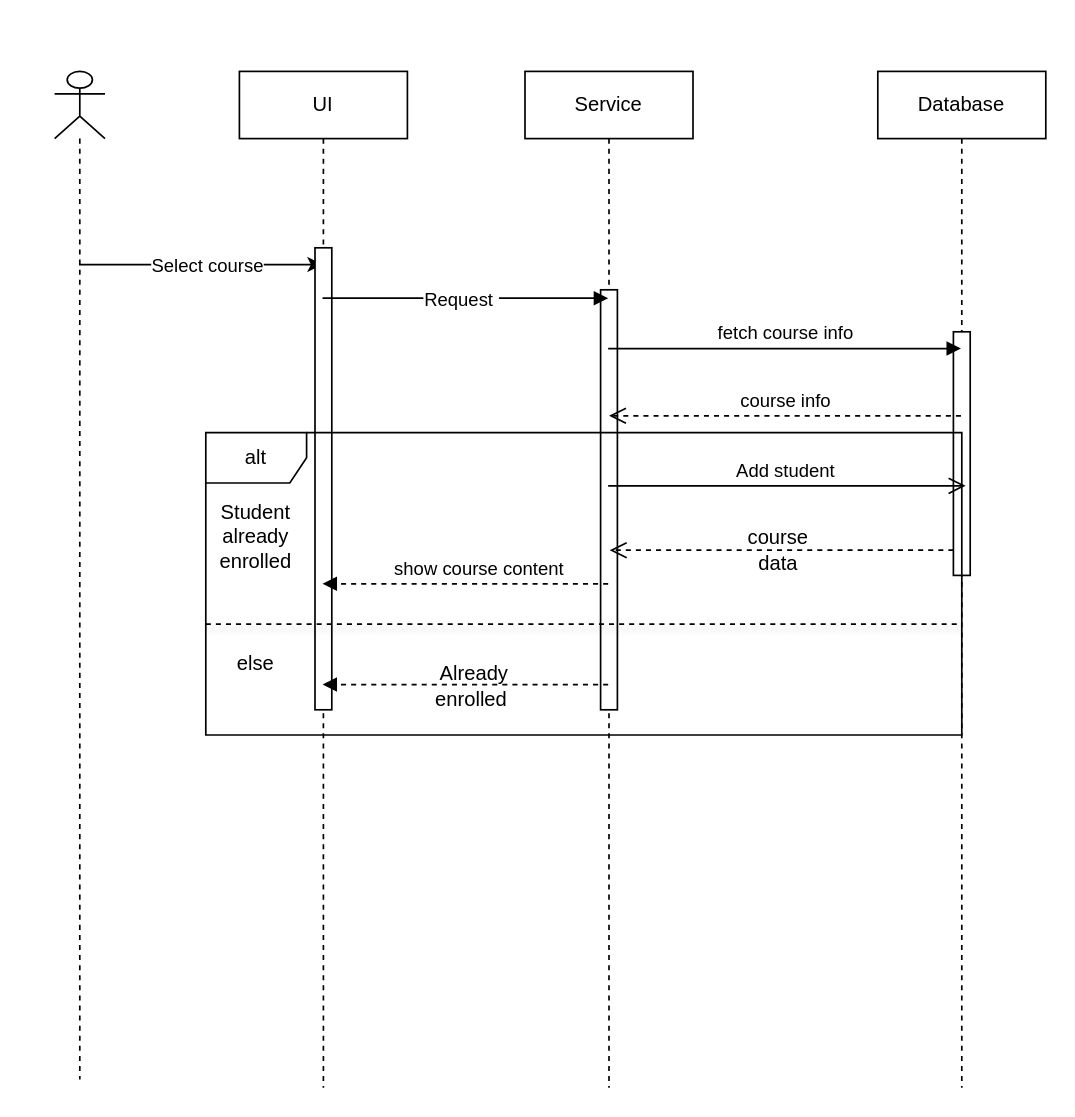
This is Sequence_Diagram.drawio from Hassanmo-20/SkillForge-UML-Design, a draw.io file, before an edit. Source tidied: cells renumbered, new cells numbered last; positions are measured from the earlier drawing's top-left corner, leaving out a move shared by most shapes. Both pictures are drawn from the tidied source at 168%, with x=0, y=0 at pixel (54, 71).
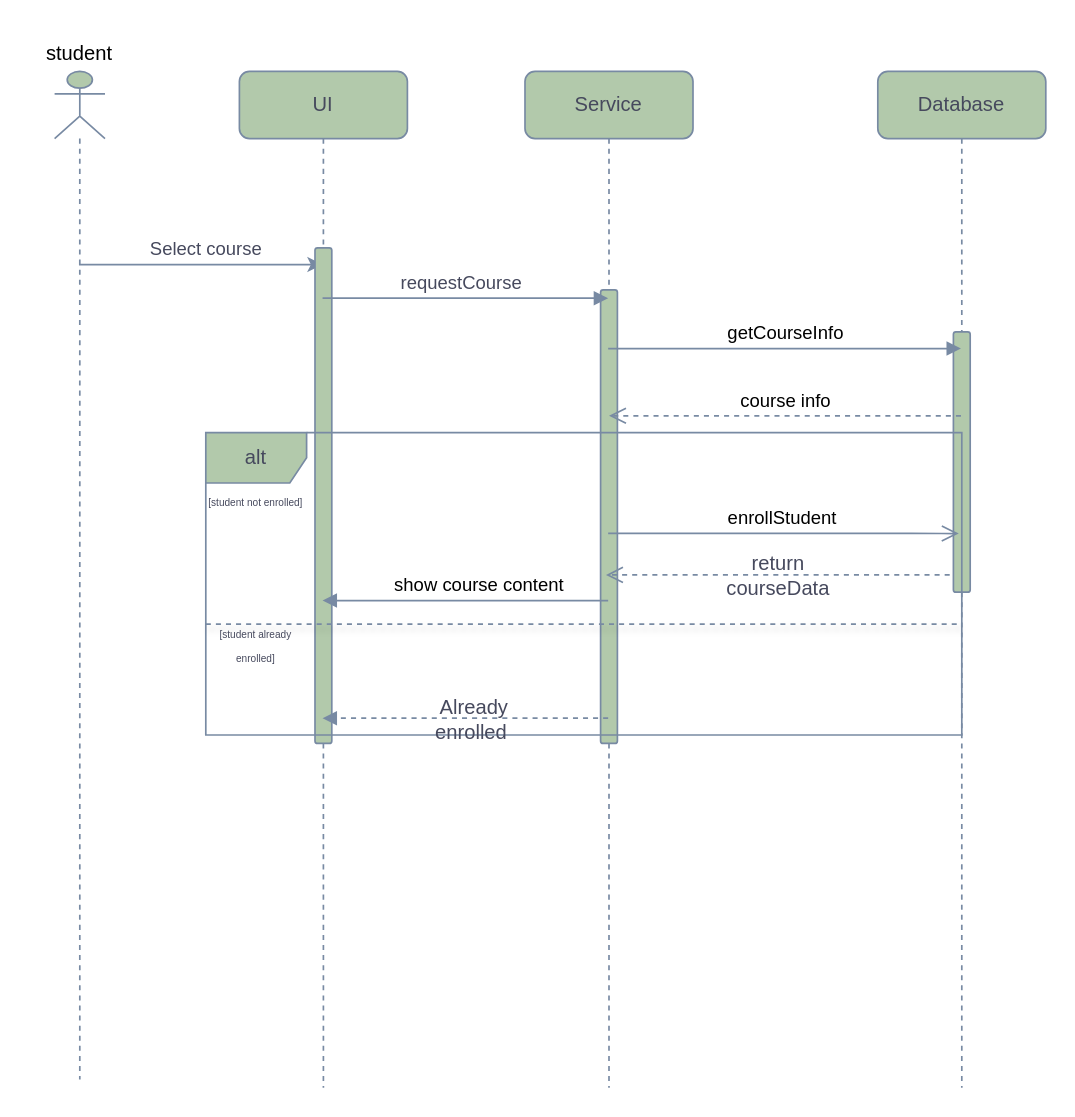
After the change.

Diff of the diagram source:
```diff
@@
-<mxGraphModel>
+<mxGraphModel background="light-dark(#FFFFFF,#000000)">
@@
-    <mxCell id="2" style="shape=umlLifeline;perimeter=lifelinePerimeter;whiteSpace=wrap;html=1;outlineConnect=0;portConstraint=eastwest;newEdgeStyle={&quot;curved&quot;:0,&quot;rounded&quot;:0};participant=umlActor;" parent="1" vertex="1">
+    <mxCell id="2" style="shape=umlLifeline;perimeter=lifelinePerimeter;whiteSpace=wrap;html=1;outlineConnect=0;portConstraint=eastwest;newEdgeStyle={&quot;curved&quot;:0,&quot;rounded&quot;:0};participant=umlActor;labelBackgroundColor=none;fillColor=#B2C9AB;strokeColor=#788AA3;fontColor=#46495D;rounded=1;" parent="1" vertex="1">
       <mxGeometry width="30" height="600" as="geometry" />
     </mxCell>
-    <mxCell id="3" style="edgeStyle=orthogonalEdgeStyle;rounded=0;jettySize=auto;html=1;curved=0;" parent="1" edge="1" source="2" target="5">
+    <mxCell id="3" style="edgeStyle=orthogonalEdgeStyle;rounded=1;jettySize=auto;html=1;curved=0;labelBackgroundColor=none;strokeColor=#788AA3;fontColor=default;" parent="1" edge="1" source="2" target="5">
       <mxGeometry relative="1" as="geometry">
         <Array as="points">
           <mxPoint x="40" y="115" />
           <mxPoint x="40" y="115" />
         </Array>
       </mxGeometry>
     </mxCell>
-    <mxCell id="4" value="Select course" style="edgeLabel;html=1;align=center;verticalAlign=middle;" parent="3" vertex="1">
-      <mxGeometry x="0.05" relative="1" as="geometry" />
+    <mxCell id="4" value="Select course" style="edgeLabel;html=1;align=center;verticalAlign=middle;labelBackgroundColor=none;fontColor=#46495D;rounded=1;" parent="3" vertex="1">
+      <mxGeometry x="0.05" relative="1" as="geometry">
+        <mxPoint x="-1" y="-10" as="offset" />
+      </mxGeometry>
     </mxCell>
-    <mxCell id="5" value="UI" style="shape=umlLifeline;perimeter=lifelinePerimeter;whiteSpace=wrap;html=1;outlineConnect=0;portConstraint=eastwest;newEdgeStyle={&quot;curved&quot;:0,&quot;rounded&quot;:0};" parent="1" vertex="1">
+    <mxCell id="5" value="UI" style="shape=umlLifeline;perimeter=lifelinePerimeter;whiteSpace=wrap;html=1;outlineConnect=0;portConstraint=eastwest;newEdgeStyle={&quot;curved&quot;:0,&quot;rounded&quot;:0};labelBackgroundColor=none;fillColor=#B2C9AB;strokeColor=#788AA3;fontColor=#46495D;rounded=1;" parent="1" vertex="1">
       <mxGeometry x="110" width="100" height="605" as="geometry" />
     </mxCell>
-    <mxCell id="6" style="html=1;perimeter=orthogonalPerimeter;targetShapes=umlLifeline;newEdgeStyle={&quot;curved&quot;:0,&quot;rounded&quot;:0};" parent="5" vertex="1">
-      <mxGeometry x="45" y="105" width="10" height="275" as="geometry" />
+    <mxCell id="6" style="html=1;perimeter=orthogonalPerimeter;targetShapes=umlLifeline;newEdgeStyle={&quot;curved&quot;:0,&quot;rounded&quot;:0};labelBackgroundColor=none;fillColor=#B2C9AB;strokeColor=#788AA3;fontColor=#46495D;rounded=1;" parent="5" vertex="1">
+      <mxGeometry x="45" y="105" width="10" height="295" as="geometry" />
     </mxCell>
-    <mxCell id="7" value="Service" style="shape=umlLifeline;perimeter=lifelinePerimeter;whiteSpace=wrap;html=1;outlineConnect=0;portConstraint=eastwest;newEdgeStyle={&quot;curved&quot;:0,&quot;rounded&quot;:0};" parent="1" vertex="1">
+    <mxCell id="7" value="Service" style="shape=umlLifeline;perimeter=lifelinePerimeter;whiteSpace=wrap;html=1;outlineConnect=0;portConstraint=eastwest;newEdgeStyle={&quot;curved&quot;:0,&quot;rounded&quot;:0};labelBackgroundColor=none;fillColor=#B2C9AB;strokeColor=#788AA3;fontColor=#46495D;rounded=1;" parent="1" vertex="1">
       <mxGeometry x="280" width="100" height="605" as="geometry" />
     </mxCell>
-    <mxCell id="8" style="html=1;perimeter=orthogonalPerimeter;targetShapes=umlLifeline;newEdgeStyle={&quot;curved&quot;:0,&quot;rounded&quot;:0};" parent="7" vertex="1">
-      <mxGeometry x="45" y="130" width="10" height="250" as="geometry" />
+    <mxCell id="8" style="html=1;perimeter=orthogonalPerimeter;targetShapes=umlLifeline;newEdgeStyle={&quot;curved&quot;:0,&quot;rounded&quot;:0};labelBackgroundColor=none;fillColor=#B2C9AB;strokeColor=#788AA3;fontColor=#46495D;rounded=1;" parent="7" vertex="1">
+      <mxGeometry x="45" y="130" width="10" height="270" as="geometry" />
     </mxCell>
-    <mxCell id="9" value="Database" style="shape=umlLifeline;perimeter=lifelinePerimeter;whiteSpace=wrap;html=1;outlineConnect=0;portConstraint=eastwest;newEdgeStyle={&quot;curved&quot;:0,&quot;rounded&quot;:0};" parent="1" vertex="1">
+    <mxCell id="9" value="Database" style="shape=umlLifeline;perimeter=lifelinePerimeter;whiteSpace=wrap;html=1;outlineConnect=0;portConstraint=eastwest;newEdgeStyle={&quot;curved&quot;:0,&quot;rounded&quot;:0};labelBackgroundColor=none;fillColor=#B2C9AB;strokeColor=#788AA3;fontColor=#46495D;rounded=1;" parent="1" vertex="1">
       <mxGeometry x="490" width="100" height="605" as="geometry" />
     </mxCell>
-    <mxCell id="10" style="html=1;points=[[0,0,0,0,5],[0,1,0,0,-5],[1,0,0,0,5],[1,1,0,0,-5]];perimeter=orthogonalPerimeter;outlineConnect=0;targetShapes=umlLifeline;portConstraint=eastwest;newEdgeStyle={&quot;curved&quot;:0,&quot;rounded&quot;:0};" parent="9" vertex="1">
-      <mxGeometry x="45" y="155" width="10" height="145" as="geometry" />
+    <mxCell id="10" style="html=1;points=[[0,0,0,0,5],[0,1,0,0,-5],[1,0,0,0,5],[1,1,0,0,-5]];perimeter=orthogonalPerimeter;outlineConnect=0;targetShapes=umlLifeline;portConstraint=eastwest;newEdgeStyle={&quot;curved&quot;:0,&quot;rounded&quot;:0};labelBackgroundColor=none;fillColor=#B2C9AB;strokeColor=#788AA3;fontColor=#46495D;rounded=1;" parent="9" vertex="1">
+      <mxGeometry x="45" y="155" width="10" height="155" as="geometry" />
     </mxCell>
-    <mxCell id="11" style="html=1;verticalAlign=bottom;endArrow=block;curved=0;rounded=0;" parent="1" edge="1" source="5" target="7">
+    <mxCell id="11" style="html=1;verticalAlign=bottom;endArrow=block;curved=0;rounded=1;labelBackgroundColor=none;strokeColor=#788AA3;fontColor=default;" parent="1" edge="1" source="5" target="7">
       <mxGeometry relative="1" as="geometry">
         <Array as="points">
           <mxPoint x="220" y="135" />
         </Array>
       </mxGeometry>
     </mxCell>
-    <mxCell id="12" value="Request&amp;nbsp;" style="edgeLabel;html=1;align=center;verticalAlign=middle;" parent="11" vertex="1">
+    <mxCell id="12" value="requestCourse" style="edgeLabel;html=1;align=center;verticalAlign=middle;labelBackgroundColor=none;fontColor=#46495D;rounded=1;" parent="11" vertex="1">
       <mxGeometry x="0.16" y="-4" relative="1" as="geometry">
-        <mxPoint x="-17" y="-4" as="offset" />
+        <mxPoint x="-17" y="-14" as="offset" />
       </mxGeometry>
     </mxCell>
-    <mxCell id="13" value="fetch course info" style="html=1;verticalAlign=bottom;endArrow=block;curved=0;rounded=0;" parent="1" edge="1" source="7" target="9">
+    <mxCell id="13" value="getCourseInfo" style="html=1;verticalAlign=bottom;endArrow=block;curved=0;rounded=1;labelBackgroundColor=none;strokeColor=#788AA3;fontColor=default;" parent="1" edge="1" source="7" target="9">
       <mxGeometry relative="1" as="geometry">
         <Array as="points">
           <mxPoint x="440" y="165" />
         </Array>
       </mxGeometry>
     </mxCell>
-    <mxCell id="14" value="course info" style="html=1;verticalAlign=bottom;endArrow=open;dashed=1;endSize=8;curved=0;rounded=0;" parent="1" edge="1" source="9">
+    <mxCell id="14" value="course info" style="html=1;verticalAlign=bottom;endArrow=open;dashed=1;endSize=8;curved=0;rounded=1;labelBackgroundColor=none;strokeColor=#788AA3;fontColor=default;" parent="1" edge="1" source="9">
       <mxGeometry relative="1" as="geometry">
         <mxPoint x="330" y="205" as="targetPoint" />
         <Array as="points">
           <mxPoint x="440" y="205" />
         </Array>
       </mxGeometry>
     </mxCell>
-    <mxCell id="15" value="alt" style="shape=umlFrame;whiteSpace=wrap;html=1;" parent="1" vertex="1">
+    <mxCell id="15" value="alt" style="shape=umlFrame;whiteSpace=wrap;html=1;labelBackgroundColor=none;fillColor=#B2C9AB;strokeColor=#788AA3;fontColor=#46495D;rounded=1;" parent="1" vertex="1">
       <mxGeometry x="90" y="215" width="450" height="180" as="geometry" />
     </mxCell>
-    <mxCell id="16" style="line;strokeWidth=1;fillColor=none;align=left;verticalAlign=middle;spacingTop=-1;spacingLeft=3;spacingRight=3;labelPosition=right;strokeColor=inherit;shadow=1;dashed=1;" parent="1" vertex="1">
+    <mxCell id="16" style="line;strokeWidth=1;fillColor=none;align=left;verticalAlign=middle;spacingTop=-1;spacingLeft=3;spacingRight=3;labelPosition=right;strokeColor=#788AA3;shadow=1;dashed=1;labelBackgroundColor=none;fontColor=#46495D;rounded=1;" parent="1" vertex="1">
       <mxGeometry x="90" y="325" width="450" height="8" as="geometry" />
     </mxCell>
-    <mxCell id="17" value="Student already enrolled" style="text;html=1;whiteSpace=wrap;strokeColor=none;fillColor=none;align=center;verticalAlign=middle;rounded=0;" parent="1" vertex="1">
-      <mxGeometry x="90" y="262" width="60" height="30" as="geometry" />
+    <mxCell id="17" value="&lt;div&gt;&lt;font style=&quot;font-size: 6px;&quot;&gt;[student not enrolled]&lt;/font&gt;&lt;/div&gt;&lt;div&gt;&lt;br&gt;&lt;/div&gt;" style="text;html=1;whiteSpace=wrap;strokeColor=none;fillColor=none;align=center;verticalAlign=middle;rounded=1;labelBackgroundColor=none;fontColor=#46495D;" parent="1" vertex="1">
+      <mxGeometry x="90" y="255" width="60" height="13" as="geometry" />
     </mxCell>
-    <mxCell id="18" value="else&lt;div&gt;&lt;br&gt;&lt;/div&gt;" style="text;html=1;whiteSpace=wrap;strokeColor=none;fillColor=none;align=center;verticalAlign=middle;rounded=0;" parent="1" vertex="1">
-      <mxGeometry x="90" y="345" width="60" height="30" as="geometry" />
+    <mxCell id="18" value="&lt;div&gt;&lt;font style=&quot;font-size: 6px;&quot;&gt;[student already enrolled]&lt;/font&gt;&lt;/div&gt;&lt;div&gt;&lt;br&gt;&lt;/div&gt;" style="text;html=1;whiteSpace=wrap;strokeColor=none;fillColor=none;align=center;verticalAlign=middle;rounded=1;labelBackgroundColor=none;fontColor=#46495D;" parent="1" vertex="1">
+      <mxGeometry x="90" y="333" width="60" height="30" as="geometry" />
     </mxCell>
-    <mxCell id="19" value="Add student" style="html=1;verticalAlign=bottom;endArrow=open;endSize=8;curved=0;rounded=0;entryX=1.005;entryY=0.176;entryDx=0;entryDy=0;entryPerimeter=0;" parent="1" edge="1" source="7" target="15">
-      <mxGeometry x="-0.01" relative="1" as="geometry" />
+    <mxCell id="19" value="enrollStudent" style="html=1;verticalAlign=bottom;endArrow=open;endSize=8;curved=0;rounded=1;entryX=0.996;entryY=0.334;entryDx=0;entryDy=0;entryPerimeter=0;labelBackgroundColor=none;strokeColor=#788AA3;fontColor=default;" parent="1" edge="1" source="7" target="15">
+      <mxGeometry x="-0.01" relative="1" as="geometry">
+        <Array as="points">
+          <mxPoint x="490" y="275" />
+          <mxPoint x="520" y="275" />
+        </Array>
+      </mxGeometry>
     </mxCell>
-    <mxCell id="20" style="html=1;verticalAlign=bottom;endArrow=block;curved=0;rounded=0;dashed=1;" parent="1" edge="1" source="7" target="5">
+    <mxCell id="20" style="html=1;verticalAlign=bottom;endArrow=block;curved=0;rounded=1;dashed=1;labelBackgroundColor=none;strokeColor=#788AA3;fontColor=default;" parent="1" edge="1" source="7" target="5">
       <mxGeometry x="-0.13" y="50" relative="1" as="geometry">
         <Array as="points">
-          <mxPoint x="310" y="365" />
-          <mxPoint x="250" y="365" />
-          <mxPoint x="200" y="365" />
+          <mxPoint x="310" y="385" />
+          <mxPoint x="280" y="385" />
+          <mxPoint x="250" y="385" />
+          <mxPoint x="210" y="385" />
+          <mxPoint x="200" y="385" />
+          <mxPoint x="170" y="385" />
         </Array>
         <mxPoint x="1" as="offset" />
       </mxGeometry>
     </mxCell>
-    <mxCell id="21" value="Already enrolled&lt;span style=&quot;background-color: transparent; color: light-dark(rgb(0, 0, 0), rgb(255, 255, 255));&quot;&gt;&amp;nbsp;&lt;/span&gt;" style="text;html=1;whiteSpace=wrap;strokeColor=none;fillColor=none;align=center;verticalAlign=middle;rounded=0;" parent="1" vertex="1">
-      <mxGeometry x="220" y="365" width="60" as="geometry" />
+    <mxCell id="21" value="Already enrolled&lt;span style=&quot;background-color: transparent; color: light-dark(rgb(0, 0, 0), rgb(255, 255, 255));&quot;&gt;&amp;nbsp;&lt;/span&gt;" style="text;html=1;whiteSpace=wrap;strokeColor=none;fillColor=none;align=center;verticalAlign=middle;rounded=1;labelBackgroundColor=none;fontColor=#46495D;" parent="1" vertex="1">
+      <mxGeometry x="220" y="385" width="60" as="geometry" />
     </mxCell>
-    <mxCell id="22" style="html=1;verticalAlign=bottom;endArrow=open;endSize=8;curved=0;rounded=0;dashed=1;" parent="1" edge="1" source="10">
+    <mxCell id="22" style="html=1;verticalAlign=bottom;endArrow=open;endSize=8;curved=0;rounded=1;dashed=1;labelBackgroundColor=none;strokeColor=#788AA3;fontColor=default;" parent="1" edge="1">
       <mxGeometry relative="1" as="geometry">
-        <mxPoint x="330.4" y="285" as="targetPoint" />
+        <mxPoint x="532.8" y="299.7" as="sourcePoint" />
+        <mxPoint x="328.2" y="299.7" as="targetPoint" />
       </mxGeometry>
     </mxCell>
-    <mxCell id="23" value="&amp;nbsp;show course content" style="html=1;verticalAlign=bottom;endArrow=block;curved=0;rounded=0;dashed=1;" parent="1" edge="1" source="7" target="5">
+    <mxCell id="23" value="&amp;nbsp;show course content" style="html=1;verticalAlign=bottom;endArrow=block;curved=0;rounded=1;labelBackgroundColor=none;strokeColor=#788AA3;fontColor=default;" parent="1" edge="1" source="7" target="5">
       <mxGeometry x="-0.07" relative="1" as="geometry">
         <Array as="points">
-          <mxPoint x="260" y="305" />
-          <mxPoint x="210" y="305" />
+          <mxPoint x="260" y="315" />
+          <mxPoint x="210" y="315" />
         </Array>
       </mxGeometry>
     </mxCell>
-    <mxCell id="24" value="course data" style="text;html=1;whiteSpace=wrap;strokeColor=none;fillColor=none;align=center;verticalAlign=middle;rounded=0;" parent="1" vertex="1">
-      <mxGeometry x="400.5" y="270" width="60" height="30" as="geometry" />
+    <mxCell id="24" value="return courseData" style="text;html=1;whiteSpace=wrap;strokeColor=none;fillColor=none;align=center;verticalAlign=middle;rounded=1;labelBackgroundColor=none;fontColor=#46495D;" parent="1" vertex="1">
+      <mxGeometry x="400.5" y="285" width="60" height="30" as="geometry" />
     </mxCell>
+    <mxCell id="25" value="student" style="text;html=1;whiteSpace=wrap;strokeColor=none;fillColor=none;align=center;verticalAlign=middle;rounded=0;" parent="1" vertex="1">
+      <mxGeometry x="-15" y="-25" width="60" height="30" as="geometry" />
+    </mxCell>
```
